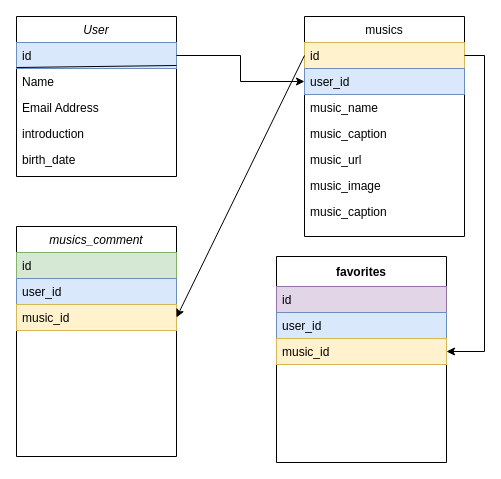
The draw.io diagram musicers/app/Untitled Diagram.drawio in mryshk/my_app_1, before the edit. Source tidied: cells renumbered, new cells numbered last; positions are measured from the earlier drawing's top-left corner, leaving out a move shared by most shapes. Both pictures are drawn from the tidied source at 100%, with x=0, y=0 at pixel (16, 16).
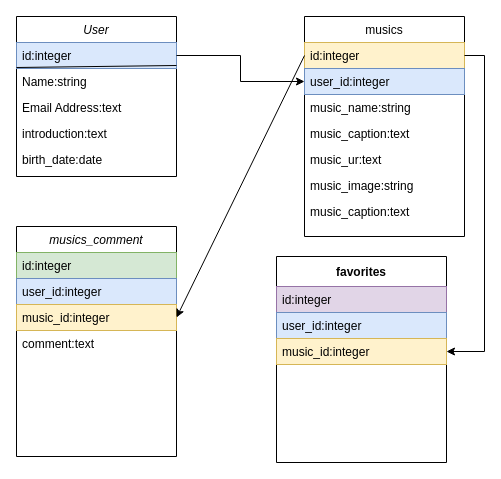
Above is the later version.

The change refers to these unchanged cells:
```xml
<mxCell id="2" value="User" style="swimlane;fontStyle=2;align=center;verticalAlign=top;horizontal=1;startSize=26;rounded=0;shadow=0;strokeWidth=1;" parent="1" vertex="1">
  <mxGeometry width="160" height="160" as="geometry" />
</mxCell>
<mxCell id="9" value="musics" style="swimlane;fontStyle=0;align=center;verticalAlign=top;horizontal=1;startSize=26;rounded=0;shadow=0;strokeWidth=1;" parent="1" vertex="1">
  <mxGeometry x="288" width="160" height="220" as="geometry" />
</mxCell>
<mxCell id="18" value="musics_comment" style="swimlane;fontStyle=2;align=center;verticalAlign=top;horizontal=1;startSize=26;rounded=0;shadow=0;strokeWidth=1;" parent="1" vertex="1">
  <mxGeometry y="210" width="160" height="230" as="geometry" />
</mxCell>
<mxCell id="23" value="favorites" style="swimlane;startSize=30;" parent="1" vertex="1">
  <mxGeometry x="260" y="240" width="170" height="206" as="geometry" />
</mxCell>
```

The edit, as a diff of the source:
```diff
@@
-    <mxCell id="3" value="id" style="text;align=left;verticalAlign=top;spacingLeft=4;spacingRight=4;overflow=hidden;points=[[0,0.5],[1,0.5]];portConstraint=eastwest;rounded=0;shadow=0;html=0;fillColor=#dae8fc;strokeColor=#6c8ebf;" parent="2" vertex="1">
+    <mxCell id="3" value="id:integer" style="text;align=left;verticalAlign=top;spacingLeft=4;spacingRight=4;overflow=hidden;points=[[0,0.5],[1,0.5]];portConstraint=eastwest;rounded=0;shadow=0;html=0;fillColor=#dae8fc;strokeColor=#6c8ebf;" parent="2" vertex="1">
       <mxGeometry y="26" width="160" height="26" as="geometry" />
     </mxCell>
@@
-    <mxCell id="5" value="Name" style="text;align=left;verticalAlign=top;spacingLeft=4;spacingRight=4;overflow=hidden;rounded=0;shadow=0;html=0;" parent="2" vertex="1">
+    <mxCell id="5" value="Name:string" style="text;align=left;verticalAlign=top;spacingLeft=4;spacingRight=4;overflow=hidden;rounded=0;shadow=0;html=0;" parent="2" vertex="1">
       <mxGeometry y="52" width="160" height="26" as="geometry" />
     </mxCell>
-    <mxCell id="6" value="Email Address" style="text;align=left;verticalAlign=top;spacingLeft=4;spacingRight=4;overflow=hidden;rounded=0;shadow=0;html=0;" parent="2" vertex="1">
+    <mxCell id="6" value="Email Address:text" style="text;align=left;verticalAlign=top;spacingLeft=4;spacingRight=4;overflow=hidden;rounded=0;shadow=0;html=0;" parent="2" vertex="1">
       <mxGeometry y="78" width="160" height="26" as="geometry" />
     </mxCell>
-    <mxCell id="7" value="introduction&#10;" style="text;align=left;verticalAlign=top;spacingLeft=4;spacingRight=4;overflow=hidden;rounded=0;shadow=0;html=0;" parent="2" vertex="1">
+    <mxCell id="7" value="introduction:text&#10;" style="text;align=left;verticalAlign=top;spacingLeft=4;spacingRight=4;overflow=hidden;rounded=0;shadow=0;html=0;" parent="2" vertex="1">
       <mxGeometry y="104" width="160" height="26" as="geometry" />
     </mxCell>
-    <mxCell id="8" value="birth_date&#10;" style="text;align=left;verticalAlign=top;spacingLeft=4;spacingRight=4;overflow=hidden;rounded=0;shadow=0;html=0;" parent="2" vertex="1">
+    <mxCell id="8" value="birth_date:date&#10;" style="text;align=left;verticalAlign=top;spacingLeft=4;spacingRight=4;overflow=hidden;rounded=0;shadow=0;html=0;" parent="2" vertex="1">
       <mxGeometry y="130" width="160" height="26" as="geometry" />
     </mxCell>
@@
-    <mxCell id="10" value="id" style="text;align=left;verticalAlign=top;spacingLeft=4;spacingRight=4;overflow=hidden;points=[[0,0.5],[1,0.5]];portConstraint=eastwest;fillColor=#fff2cc;strokeColor=#d6b656;" parent="9" vertex="1">
+    <mxCell id="10" value="id:integer" style="text;align=left;verticalAlign=top;spacingLeft=4;spacingRight=4;overflow=hidden;points=[[0,0.5],[1,0.5]];portConstraint=eastwest;fillColor=#fff2cc;strokeColor=#d6b656;" parent="9" vertex="1">
       <mxGeometry y="26" width="160" height="26" as="geometry" />
     </mxCell>
-    <mxCell id="11" value="user_id" style="text;align=left;verticalAlign=top;spacingLeft=4;spacingRight=4;overflow=hidden;points=[[0,0.5],[1,0.5]];portConstraint=eastwest;rounded=0;shadow=0;html=0;fillColor=#dae8fc;strokeColor=#6c8ebf;" parent="9" vertex="1">
+    <mxCell id="11" value="user_id:integer" style="text;align=left;verticalAlign=top;spacingLeft=4;spacingRight=4;overflow=hidden;points=[[0,0.5],[1,0.5]];portConstraint=eastwest;rounded=0;shadow=0;html=0;fillColor=#dae8fc;strokeColor=#6c8ebf;" parent="9" vertex="1">
       <mxGeometry y="52" width="160" height="26" as="geometry" />
     </mxCell>
-    <mxCell id="12" value="music_name" style="text;align=left;verticalAlign=top;spacingLeft=4;spacingRight=4;overflow=hidden;rounded=0;shadow=0;html=0;" parent="9" vertex="1">
+    <mxCell id="12" value="music_name:string" style="text;align=left;verticalAlign=top;spacingLeft=4;spacingRight=4;overflow=hidden;rounded=0;shadow=0;html=0;" parent="9" vertex="1">
       <mxGeometry y="78" width="160" height="26" as="geometry" />
     </mxCell>
-    <mxCell id="13" value="music_caption" style="text;align=left;verticalAlign=top;spacingLeft=4;spacingRight=4;overflow=hidden;rounded=0;shadow=0;html=0;" parent="9" vertex="1">
+    <mxCell id="13" value="music_caption:text" style="text;align=left;verticalAlign=top;spacingLeft=4;spacingRight=4;overflow=hidden;rounded=0;shadow=0;html=0;" parent="9" vertex="1">
       <mxGeometry y="104" width="160" height="26" as="geometry" />
     </mxCell>
-    <mxCell id="14" value="music_url" style="text;align=left;verticalAlign=top;spacingLeft=4;spacingRight=4;overflow=hidden;rounded=0;shadow=0;html=0;" parent="9" vertex="1">
+    <mxCell id="14" value="music_ur:text" style="text;align=left;verticalAlign=top;spacingLeft=4;spacingRight=4;overflow=hidden;rounded=0;shadow=0;html=0;" parent="9" vertex="1">
       <mxGeometry y="130" width="160" height="26" as="geometry" />
     </mxCell>
-    <mxCell id="15" value="music_image&#10;&#10;&#10;" style="text;align=left;verticalAlign=top;spacingLeft=4;spacingRight=4;overflow=hidden;rounded=0;shadow=0;html=0;" parent="9" vertex="1">
+    <mxCell id="15" value="music_image:string&#10;&#10;&#10;" style="text;align=left;verticalAlign=top;spacingLeft=4;spacingRight=4;overflow=hidden;rounded=0;shadow=0;html=0;" parent="9" vertex="1">
       <mxGeometry y="156" width="160" height="26" as="geometry" />
     </mxCell>
-    <mxCell id="16" value="music_caption" style="text;align=left;verticalAlign=top;spacingLeft=4;spacingRight=4;overflow=hidden;rounded=0;shadow=0;html=0;" parent="9" vertex="1">
+    <mxCell id="16" value="music_caption:text" style="text;align=left;verticalAlign=top;spacingLeft=4;spacingRight=4;overflow=hidden;rounded=0;shadow=0;html=0;" parent="9" vertex="1">
       <mxGeometry y="182" width="160" height="26" as="geometry" />
     </mxCell>
@@
-    <mxCell id="20" value="id" style="text;align=left;verticalAlign=top;spacingLeft=4;spacingRight=4;overflow=hidden;rounded=0;shadow=0;html=0;fillColor=#d5e8d4;strokeColor=#82b366;" parent="18" vertex="1">
+    <mxCell id="20" value="id:integer" style="text;align=left;verticalAlign=top;spacingLeft=4;spacingRight=4;overflow=hidden;rounded=0;shadow=0;html=0;fillColor=#d5e8d4;strokeColor=#82b366;" parent="18" vertex="1">
       <mxGeometry y="26" width="160" height="26" as="geometry" />
     </mxCell>
-    <mxCell id="21" value="user_id" style="text;align=left;verticalAlign=top;spacingLeft=4;spacingRight=4;overflow=hidden;fillColor=#dae8fc;strokeColor=#6c8ebf;" parent="18" vertex="1">
+    <mxCell id="21" value="user_id:integer" style="text;align=left;verticalAlign=top;spacingLeft=4;spacingRight=4;overflow=hidden;fillColor=#dae8fc;strokeColor=#6c8ebf;" parent="18" vertex="1">
       <mxGeometry y="52" width="160" height="26" as="geometry" />
     </mxCell>
-    <mxCell id="22" value="music_id" style="text;align=left;verticalAlign=top;spacingLeft=4;spacingRight=4;overflow=hidden;points=[[0,0.5],[1,0.5]];portConstraint=eastwest;fillColor=#fff2cc;strokeColor=#d6b656;" parent="18" vertex="1">
+    <mxCell id="22" value="music_id:integer" style="text;align=left;verticalAlign=top;spacingLeft=4;spacingRight=4;overflow=hidden;points=[[0,0.5],[1,0.5]];portConstraint=eastwest;fillColor=#fff2cc;strokeColor=#d6b656;" parent="18" vertex="1">
       <mxGeometry y="78" width="160" height="26" as="geometry" />
     </mxCell>
+    <mxCell id="29" value="comment:text&#10;&#10;&#10;" style="text;align=left;verticalAlign=top;spacingLeft=4;spacingRight=4;overflow=hidden;rounded=0;shadow=0;html=0;" parent="18" vertex="1">
+      <mxGeometry y="104" width="160" height="26" as="geometry" />
+    </mxCell>
@@
-    <mxCell id="24" value="id&#10;" style="text;align=left;verticalAlign=top;spacingLeft=4;spacingRight=4;overflow=hidden;rounded=0;shadow=0;html=0;fillColor=#e1d5e7;strokeColor=#9673a6;" parent="23" vertex="1">
+    <mxCell id="24" value="id:integer&#10;" style="text;align=left;verticalAlign=top;spacingLeft=4;spacingRight=4;overflow=hidden;rounded=0;shadow=0;html=0;fillColor=#e1d5e7;strokeColor=#9673a6;" parent="23" vertex="1">
       <mxGeometry y="30" width="170" height="26" as="geometry" />
     </mxCell>
-    <mxCell id="25" value="user_id" style="text;align=left;verticalAlign=top;spacingLeft=4;spacingRight=4;overflow=hidden;fillColor=#dae8fc;strokeColor=#6c8ebf;" parent="23" vertex="1">
+    <mxCell id="25" value="user_id:integer" style="text;align=left;verticalAlign=top;spacingLeft=4;spacingRight=4;overflow=hidden;fillColor=#dae8fc;strokeColor=#6c8ebf;" parent="23" vertex="1">
       <mxGeometry y="56" width="170" height="26" as="geometry" />
     </mxCell>
-    <mxCell id="26" value="music_id" style="text;align=left;verticalAlign=top;spacingLeft=4;spacingRight=4;overflow=hidden;points=[[0,0.5],[1,0.5]];portConstraint=eastwest;rounded=0;shadow=0;html=0;fillColor=#fff2cc;strokeColor=#d6b656;" parent="23" vertex="1">
+    <mxCell id="26" value="music_id:integer" style="text;align=left;verticalAlign=top;spacingLeft=4;spacingRight=4;overflow=hidden;points=[[0,0.5],[1,0.5]];portConstraint=eastwest;rounded=0;shadow=0;html=0;fillColor=#fff2cc;strokeColor=#d6b656;" parent="23" vertex="1">
       <mxGeometry y="82" width="170" height="26" as="geometry" />
     </mxCell>
```
